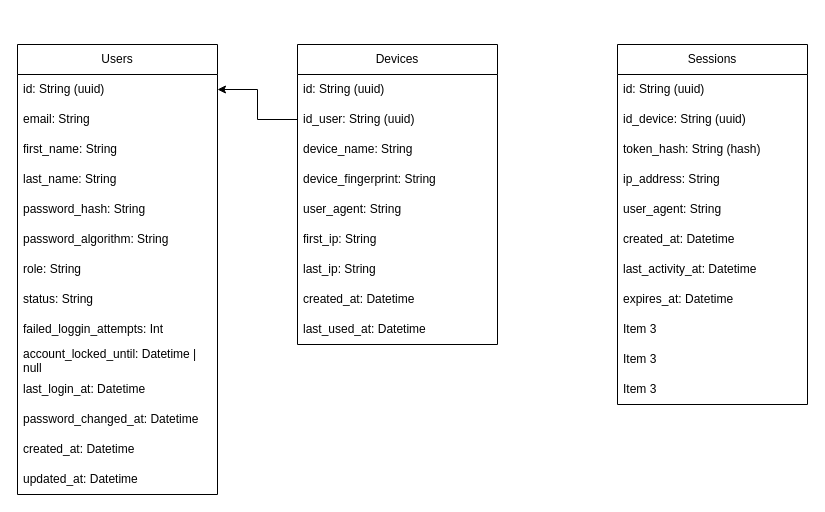
This is db.drawio from MaximilianoHitter/hagalaz-backend, a draw.io file, before an edit. Source tidied: cells renumbered, new cells numbered last; positions are measured from the earlier drawing's top-left corner, leaving out a move shared by most shapes. Both pictures are drawn from the tidied source at 100%, with x=0, y=0 at pixel (17, 44).
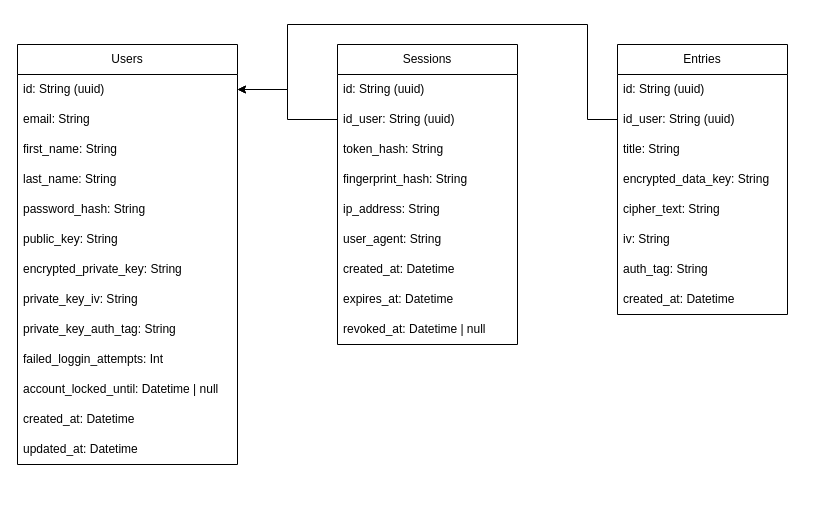
After the change.

Change to the diagram source:
```diff
@@
     <mxCell id="2" value="Users" style="swimlane;fontStyle=0;horizontal=1;startSize=30;whiteSpace=wrap;html=1;" parent="1" vertex="1">
-      <mxGeometry width="200" height="450" as="geometry" />
+      <mxGeometry width="220" height="420" as="geometry" />
     </mxCell>
     <mxCell id="3" value="id: String (uuid)" style="text;strokeColor=none;fillColor=none;align=left;verticalAlign=middle;spacingLeft=4;spacingRight=4;overflow=hidden;points=[[0,0.5],[1,0.5]];portConstraint=eastwest;whiteSpace=wrap;html=1;" parent="2" vertex="1">
-      <mxGeometry y="30" width="200" height="30" as="geometry" />
+      <mxGeometry y="30" width="220" height="30" as="geometry" />
     </mxCell>
     <mxCell id="4" value="email: String" style="text;strokeColor=none;fillColor=none;align=left;verticalAlign=middle;spacingLeft=4;spacingRight=4;overflow=hidden;whiteSpace=wrap;html=1;" parent="2" vertex="1">
-      <mxGeometry y="60" width="200" height="30" as="geometry" />
+      <mxGeometry y="60" width="220" height="30" as="geometry" />
     </mxCell>
     <mxCell id="5" value="first_name: String" style="text;strokeColor=none;fillColor=none;align=left;verticalAlign=middle;spacingLeft=4;spacingRight=4;overflow=hidden;whiteSpace=wrap;html=1;" parent="2" vertex="1">
-      <mxGeometry y="90" width="200" height="30" as="geometry" />
+      <mxGeometry y="90" width="220" height="30" as="geometry" />
     </mxCell>
     <mxCell id="6" value="last_name: String" style="text;strokeColor=none;fillColor=none;align=left;verticalAlign=middle;spacingLeft=4;spacingRight=4;overflow=hidden;whiteSpace=wrap;html=1;" parent="2" vertex="1">
-      <mxGeometry y="120" width="200" height="30" as="geometry" />
+      <mxGeometry y="120" width="220" height="30" as="geometry" />
     </mxCell>
     <mxCell id="7" value="password_hash: String" style="text;strokeColor=none;fillColor=none;align=left;verticalAlign=middle;spacingLeft=4;spacingRight=4;overflow=hidden;whiteSpace=wrap;html=1;" parent="2" vertex="1">
-      <mxGeometry y="150" width="200" height="30" as="geometry" />
+      <mxGeometry y="150" width="220" height="30" as="geometry" />
     </mxCell>
-    <mxCell id="8" value="password_algorithm: String" style="text;strokeColor=none;fillColor=none;align=left;verticalAlign=middle;spacingLeft=4;spacingRight=4;overflow=hidden;whiteSpace=wrap;html=1;" parent="2" vertex="1">
-      <mxGeometry y="180" width="200" height="30" as="geometry" />
-    </mxCell>
-    <mxCell id="9" value="role: String" style="text;strokeColor=none;fillColor=none;align=left;verticalAlign=middle;spacingLeft=4;spacingRight=4;overflow=hidden;whiteSpace=wrap;html=1;" parent="2" vertex="1">
-      <mxGeometry y="210" width="200" height="30" as="geometry" />
+    <mxCell id="9" value="public_key: String" style="text;strokeColor=none;fillColor=none;align=left;verticalAlign=middle;spacingLeft=4;spacingRight=4;overflow=hidden;whiteSpace=wrap;html=1;" parent="2" vertex="1">
+      <mxGeometry y="180" width="220" height="30" as="geometry" />
     </mxCell>
-    <mxCell id="10" value="status: String" style="text;strokeColor=none;fillColor=none;align=left;verticalAlign=middle;spacingLeft=4;spacingRight=4;overflow=hidden;whiteSpace=wrap;html=1;" parent="2" vertex="1">
-      <mxGeometry y="240" width="200" height="30" as="geometry" />
+    <mxCell id="10" value="encrypted_private_key: String" style="text;strokeColor=none;fillColor=none;align=left;verticalAlign=middle;spacingLeft=4;spacingRight=4;overflow=hidden;whiteSpace=wrap;html=1;" parent="2" vertex="1">
+      <mxGeometry y="210" width="220" height="30" as="geometry" />
     </mxCell>
+    <mxCell id="34" value="private_key_iv: String" style="text;strokeColor=none;fillColor=none;align=left;verticalAlign=middle;spacingLeft=4;spacingRight=4;overflow=hidden;whiteSpace=wrap;html=1;" parent="2" vertex="1">
+      <mxGeometry y="240" width="220" height="30" as="geometry" />
+    </mxCell>
+    <mxCell id="40" value="private_key_auth_tag: String" style="text;strokeColor=none;fillColor=none;align=left;verticalAlign=middle;spacingLeft=4;spacingRight=4;overflow=hidden;whiteSpace=wrap;html=1;" parent="2" vertex="1">
+      <mxGeometry y="270" width="220" height="30" as="geometry" />
+    </mxCell>
     <mxCell id="11" value="failed_loggin_attempts: Int" style="text;strokeColor=none;fillColor=none;align=left;verticalAlign=middle;spacingLeft=4;spacingRight=4;overflow=hidden;whiteSpace=wrap;html=1;" parent="2" vertex="1">
-      <mxGeometry y="270" width="200" height="30" as="geometry" />
+      <mxGeometry y="300" width="220" height="30" as="geometry" />
     </mxCell>
     <mxCell id="12" value="account_locked_until: Datetime | null" style="text;strokeColor=none;fillColor=none;align=left;verticalAlign=middle;spacingLeft=4;spacingRight=4;overflow=hidden;whiteSpace=wrap;html=1;" parent="2" vertex="1">
-      <mxGeometry y="300" width="200" height="30" as="geometry" />
+      <mxGeometry y="330" width="220" height="30" as="geometry" />
     </mxCell>
-    <mxCell id="13" value="last_login_at: Datetime" style="text;strokeColor=none;fillColor=none;align=left;verticalAlign=middle;spacingLeft=4;spacingRight=4;overflow=hidden;whiteSpace=wrap;html=1;" parent="2" vertex="1">
-      <mxGeometry y="330" width="200" height="30" as="geometry" />
-    </mxCell>
-    <mxCell id="14" value="password_changed_at: Datetime" style="text;strokeColor=none;fillColor=none;align=left;verticalAlign=middle;spacingLeft=4;spacingRight=4;overflow=hidden;whiteSpace=wrap;html=1;" parent="2" vertex="1">
-      <mxGeometry y="360" width="200" height="30" as="geometry" />
-    </mxCell>
     <mxCell id="15" value="created_at: Datetime" style="text;strokeColor=none;fillColor=none;align=left;verticalAlign=middle;spacingLeft=4;spacingRight=4;overflow=hidden;whiteSpace=wrap;html=1;" parent="2" vertex="1">
-      <mxGeometry y="390" width="200" height="30" as="geometry" />
+      <mxGeometry y="360" width="220" height="30" as="geometry" />
     </mxCell>
     <mxCell id="16" value="updated_at: Datetime" style="text;strokeColor=none;fillColor=none;align=left;verticalAlign=middle;spacingLeft=4;spacingRight=4;overflow=hidden;whiteSpace=wrap;html=1;" parent="2" vertex="1">
-      <mxGeometry y="420" width="200" height="30" as="geometry" />
+      <mxGeometry y="390" width="220" height="30" as="geometry" />
     </mxCell>
-    <mxCell id="17" value="Devices" style="swimlane;fontStyle=0;horizontal=1;startSize=30;whiteSpace=wrap;html=1;" parent="1" vertex="1">
-      <mxGeometry x="280" width="200" height="300" as="geometry" />
-    </mxCell>
-    <mxCell id="18" value="id: String (uuid)" style="text;strokeColor=none;fillColor=none;align=left;verticalAlign=middle;spacingLeft=4;spacingRight=4;overflow=hidden;whiteSpace=wrap;html=1;" parent="17" vertex="1">
-      <mxGeometry y="30" width="200" height="30" as="geometry" />
-    </mxCell>
-    <mxCell id="19" value="id_user: String (uuid)" style="text;strokeColor=none;fillColor=none;align=left;verticalAlign=middle;spacingLeft=4;spacingRight=4;overflow=hidden;points=[[0,0.5],[1,0.5]];portConstraint=eastwest;whiteSpace=wrap;html=1;" parent="17" vertex="1">
-      <mxGeometry y="60" width="200" height="30" as="geometry" />
-    </mxCell>
-    <mxCell id="20" value="device_name: String" style="text;strokeColor=none;fillColor=none;align=left;verticalAlign=middle;spacingLeft=4;spacingRight=4;overflow=hidden;whiteSpace=wrap;html=1;" parent="17" vertex="1">
-      <mxGeometry y="90" width="200" height="30" as="geometry" />
-    </mxCell>
-    <mxCell id="21" value="device_fingerprint: String" style="text;strokeColor=none;fillColor=none;align=left;verticalAlign=middle;spacingLeft=4;spacingRight=4;overflow=hidden;whiteSpace=wrap;html=1;" parent="17" vertex="1">
-      <mxGeometry y="120" width="200" height="30" as="geometry" />
-    </mxCell>
-    <mxCell id="22" value="user_agent: String" style="text;strokeColor=none;fillColor=none;align=left;verticalAlign=middle;spacingLeft=4;spacingRight=4;overflow=hidden;whiteSpace=wrap;html=1;" parent="17" vertex="1">
-      <mxGeometry y="150" width="200" height="30" as="geometry" />
-    </mxCell>
-    <mxCell id="23" value="first_ip: String" style="text;strokeColor=none;fillColor=none;align=left;verticalAlign=middle;spacingLeft=4;spacingRight=4;overflow=hidden;whiteSpace=wrap;html=1;" parent="17" vertex="1">
-      <mxGeometry y="180" width="200" height="30" as="geometry" />
-    </mxCell>
-    <mxCell id="24" value="last_ip: String" style="text;strokeColor=none;fillColor=none;align=left;verticalAlign=middle;spacingLeft=4;spacingRight=4;overflow=hidden;whiteSpace=wrap;html=1;" parent="17" vertex="1">
-      <mxGeometry y="210" width="200" height="30" as="geometry" />
-    </mxCell>
-    <mxCell id="25" value="created_at: Datetime" style="text;strokeColor=none;fillColor=none;align=left;verticalAlign=middle;spacingLeft=4;spacingRight=4;overflow=hidden;whiteSpace=wrap;html=1;" parent="17" vertex="1">
-      <mxGeometry y="240" width="200" height="30" as="geometry" />
-    </mxCell>
-    <mxCell id="26" value="last_used_at: Datetime" style="text;strokeColor=none;fillColor=none;align=left;verticalAlign=middle;spacingLeft=4;spacingRight=4;overflow=hidden;whiteSpace=wrap;html=1;" parent="17" vertex="1">
-      <mxGeometry y="270" width="200" height="30" as="geometry" />
-    </mxCell>
-    <mxCell id="27" style="edgeStyle=orthogonalEdgeStyle;html=1;exitX=0;exitY=0.5;exitDx=0;exitDy=0;entryX=1;entryY=0.5;entryDx=0;entryDy=0;rounded=0;curved=0;" parent="1" edge="1" source="19" target="3">
-      <mxGeometry relative="1" as="geometry" />
-    </mxCell>
     <mxCell id="28" value="Sessions" style="swimlane;fontStyle=0;horizontal=1;startSize=30;whiteSpace=wrap;html=1;" parent="1" vertex="1">
-      <mxGeometry x="600" width="190" height="360" as="geometry" />
+      <mxGeometry x="320" width="180" height="300" as="geometry" />
     </mxCell>
-    <mxCell id="29" value="id: String (uuid)" style="text;strokeColor=none;fillColor=none;align=left;verticalAlign=middle;spacingLeft=4;spacingRight=4;overflow=hidden;whiteSpace=wrap;html=1;" parent="28" vertex="1">
-      <mxGeometry y="30" width="190" height="30" as="geometry" />
-    </mxCell>
-    <mxCell id="30" value="id_device: String (uuid)" style="text;strokeColor=none;fillColor=none;align=left;verticalAlign=middle;spacingLeft=4;spacingRight=4;overflow=hidden;whiteSpace=wrap;html=1;" parent="28" vertex="1">
-      <mxGeometry y="60" width="190" height="30" as="geometry" />
-    </mxCell>
-    <mxCell id="31" value="token_hash: String (hash)" style="text;strokeColor=none;fillColor=none;align=left;verticalAlign=middle;spacingLeft=4;spacingRight=4;overflow=hidden;whiteSpace=wrap;html=1;" parent="28" vertex="1">
-      <mxGeometry y="90" width="190" height="30" as="geometry" />
-    </mxCell>
+    <mxCell id="41" value="id: String (uuid)" style="text;strokeColor=none;fillColor=none;align=left;verticalAlign=middle;spacingLeft=4;spacingRight=4;overflow=hidden;whiteSpace=wrap;html=1;" parent="28" vertex="1">
+      <mxGeometry y="30" width="180" height="30" as="geometry" />
+    </mxCell>
+    <mxCell id="42" value="id_user: String (uuid)" style="text;strokeColor=none;fillColor=none;align=left;verticalAlign=middle;spacingLeft=4;spacingRight=4;overflow=hidden;points=[[0,0.5],[1,0.5]];portConstraint=eastwest;whiteSpace=wrap;html=1;" parent="28" vertex="1">
+      <mxGeometry y="60" width="180" height="30" as="geometry" />
+    </mxCell>
+    <mxCell id="43" value="token_hash: String" style="text;strokeColor=none;fillColor=none;align=left;verticalAlign=middle;spacingLeft=4;spacingRight=4;overflow=hidden;whiteSpace=wrap;html=1;" parent="28" vertex="1">
+      <mxGeometry y="90" width="180" height="30" as="geometry" />
+    </mxCell>
+    <mxCell id="44" value="fingerprint_hash: String" style="text;strokeColor=none;fillColor=none;align=left;verticalAlign=middle;spacingLeft=4;spacingRight=4;overflow=hidden;whiteSpace=wrap;html=1;" parent="28" vertex="1">
+      <mxGeometry y="120" width="180" height="30" as="geometry" />
+    </mxCell>
     <mxCell id="32" value="ip_address: String" style="text;strokeColor=none;fillColor=none;align=left;verticalAlign=middle;spacingLeft=4;spacingRight=4;overflow=hidden;whiteSpace=wrap;html=1;" parent="28" vertex="1">
-      <mxGeometry y="120" width="190" height="30" as="geometry" />
+      <mxGeometry y="150" width="180" height="30" as="geometry" />
     </mxCell>
-    <mxCell id="33" value="user_agent: String" style="text;strokeColor=none;fillColor=none;align=left;verticalAlign=middle;spacingLeft=4;spacingRight=4;overflow=hidden;whiteSpace=wrap;html=1;" parent="28" vertex="1">
-      <mxGeometry y="150" width="190" height="30" as="geometry" />
-    </mxCell>
-    <mxCell id="34" value="created_at: Datetime" style="text;strokeColor=none;fillColor=none;align=left;verticalAlign=middle;spacingLeft=4;spacingRight=4;overflow=hidden;whiteSpace=wrap;html=1;" parent="28" vertex="1">
-      <mxGeometry y="180" width="190" height="30" as="geometry" />
-    </mxCell>
-    <mxCell id="35" value="last_activity_at: Datetime" style="text;strokeColor=none;fillColor=none;align=left;verticalAlign=middle;spacingLeft=4;spacingRight=4;overflow=hidden;whiteSpace=wrap;html=1;" parent="28" vertex="1">
-      <mxGeometry y="210" width="190" height="30" as="geometry" />
-    </mxCell>
+    <mxCell id="45" value="user_agent: String" style="text;strokeColor=none;fillColor=none;align=left;verticalAlign=middle;spacingLeft=4;spacingRight=4;overflow=hidden;whiteSpace=wrap;html=1;" parent="28" vertex="1">
+      <mxGeometry y="180" width="180" height="30" as="geometry" />
+    </mxCell>
+    <mxCell id="46" value="created_at: Datetime" style="text;strokeColor=none;fillColor=none;align=left;verticalAlign=middle;spacingLeft=4;spacingRight=4;overflow=hidden;whiteSpace=wrap;html=1;" parent="28" vertex="1">
+      <mxGeometry y="210" width="180" height="30" as="geometry" />
+    </mxCell>
     <mxCell id="36" value="expires_at: Datetime" style="text;strokeColor=none;fillColor=none;align=left;verticalAlign=middle;spacingLeft=4;spacingRight=4;overflow=hidden;whiteSpace=wrap;html=1;" parent="28" vertex="1">
-      <mxGeometry y="240" width="190" height="30" as="geometry" />
+      <mxGeometry y="240" width="180" height="30" as="geometry" />
     </mxCell>
-    <mxCell id="37" value="Item 3" style="text;strokeColor=none;fillColor=none;align=left;verticalAlign=middle;spacingLeft=4;spacingRight=4;overflow=hidden;whiteSpace=wrap;html=1;" parent="28" vertex="1">
-      <mxGeometry y="270" width="190" height="30" as="geometry" />
-    </mxCell>
-    <mxCell id="38" value="Item 3" style="text;strokeColor=none;fillColor=none;align=left;verticalAlign=middle;spacingLeft=4;spacingRight=4;overflow=hidden;whiteSpace=wrap;html=1;" parent="28" vertex="1">
-      <mxGeometry y="300" width="190" height="30" as="geometry" />
-    </mxCell>
-    <mxCell id="39" value="Item 3" style="text;strokeColor=none;fillColor=none;align=left;verticalAlign=middle;spacingLeft=4;spacingRight=4;overflow=hidden;whiteSpace=wrap;html=1;" parent="28" vertex="1">
-      <mxGeometry y="330" width="190" height="30" as="geometry" />
-    </mxCell>
+    <mxCell id="47" value="revoked_at: Datetime | null" style="text;strokeColor=none;fillColor=none;align=left;verticalAlign=middle;spacingLeft=4;spacingRight=4;overflow=hidden;whiteSpace=wrap;html=1;" parent="28" vertex="1">
+      <mxGeometry y="270" width="180" height="30" as="geometry" />
+    </mxCell>
+    <mxCell id="48" style="edgeStyle=orthogonalEdgeStyle;html=1;exitX=0;exitY=0.5;exitDx=0;exitDy=0;entryX=1;entryY=0.5;entryDx=0;entryDy=0;rounded=0;" parent="1" edge="1" source="42" target="3">
+      <mxGeometry relative="1" as="geometry" />
+    </mxCell>
+    <mxCell id="49" value="Entries" style="swimlane;fontStyle=0;horizontal=1;startSize=30;whiteSpace=wrap;html=1;" parent="1" vertex="1">
+      <mxGeometry x="600" width="170" height="270" as="geometry" />
+    </mxCell>
+    <mxCell id="50" value="id: String (uuid)" style="text;strokeColor=none;fillColor=none;align=left;verticalAlign=middle;spacingLeft=4;spacingRight=4;overflow=hidden;whiteSpace=wrap;html=1;" parent="49" vertex="1">
+      <mxGeometry y="30" width="170" height="30" as="geometry" />
+    </mxCell>
+    <mxCell id="51" value="id_user: String (uuid)" style="text;strokeColor=none;fillColor=none;align=left;verticalAlign=middle;spacingLeft=4;spacingRight=4;overflow=hidden;points=[[0,0.5],[1,0.5]];portConstraint=eastwest;whiteSpace=wrap;html=1;" parent="49" vertex="1">
+      <mxGeometry y="60" width="170" height="30" as="geometry" />
+    </mxCell>
+    <mxCell id="52" value="title: String" style="text;strokeColor=none;fillColor=none;align=left;verticalAlign=middle;spacingLeft=4;spacingRight=4;overflow=hidden;whiteSpace=wrap;html=1;" parent="49" vertex="1">
+      <mxGeometry y="90" width="170" height="30" as="geometry" />
+    </mxCell>
+    <mxCell id="53" value="encrypted_data_key: String" style="text;strokeColor=none;fillColor=none;align=left;verticalAlign=middle;spacingLeft=4;spacingRight=4;overflow=hidden;whiteSpace=wrap;html=1;" parent="49" vertex="1">
+      <mxGeometry y="120" width="170" height="30" as="geometry" />
+    </mxCell>
+    <mxCell id="54" value="cipher_text: String" style="text;strokeColor=none;fillColor=none;align=left;verticalAlign=middle;spacingLeft=4;spacingRight=4;overflow=hidden;whiteSpace=wrap;html=1;" parent="49" vertex="1">
+      <mxGeometry y="150" width="170" height="30" as="geometry" />
+    </mxCell>
+    <mxCell id="55" value="iv: String" style="text;strokeColor=none;fillColor=none;align=left;verticalAlign=middle;spacingLeft=4;spacingRight=4;overflow=hidden;whiteSpace=wrap;html=1;" parent="49" vertex="1">
+      <mxGeometry y="180" width="170" height="30" as="geometry" />
+    </mxCell>
+    <mxCell id="56" value="auth_tag: String" style="text;strokeColor=none;fillColor=none;align=left;verticalAlign=middle;spacingLeft=4;spacingRight=4;overflow=hidden;whiteSpace=wrap;html=1;" parent="49" vertex="1">
+      <mxGeometry y="210" width="170" height="30" as="geometry" />
+    </mxCell>
+    <mxCell id="57" value="created_at: Datetime" style="text;strokeColor=none;fillColor=none;align=left;verticalAlign=middle;spacingLeft=4;spacingRight=4;overflow=hidden;whiteSpace=wrap;html=1;" parent="49" vertex="1">
+      <mxGeometry y="240" width="170" height="30" as="geometry" />
+    </mxCell>
+    <mxCell id="58" style="edgeStyle=orthogonalEdgeStyle;html=1;exitX=0;exitY=0.5;exitDx=0;exitDy=0;entryX=1;entryY=0.5;entryDx=0;entryDy=0;rounded=0;" parent="1" edge="1" source="51" target="3">
+      <mxGeometry relative="1" as="geometry">
+        <Array as="points">
+          <mxPoint x="570" y="75" />
+          <mxPoint x="570" y="-20" />
+          <mxPoint x="270" y="-20" />
+          <mxPoint x="270" y="45" />
+        </Array>
+      </mxGeometry>
+    </mxCell>
```
